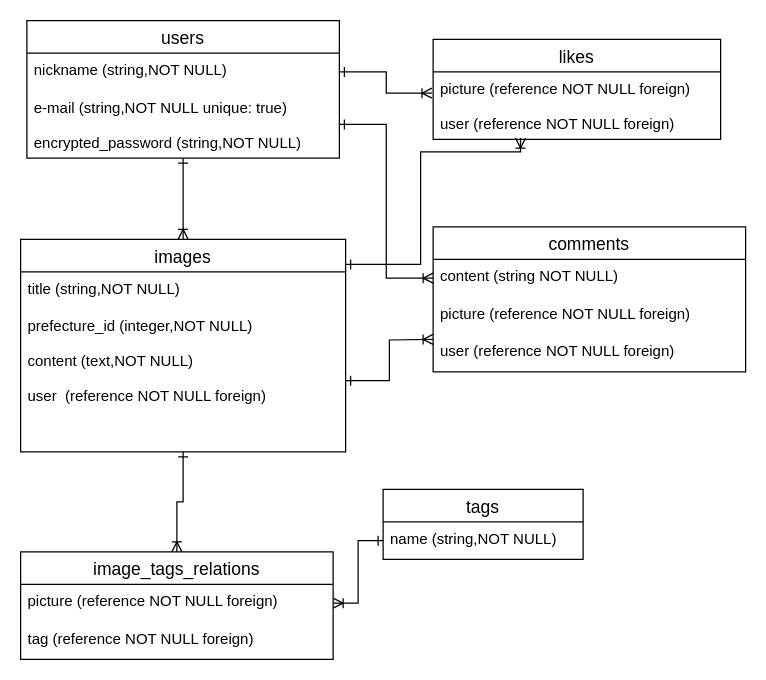
The draw.io diagram ER.dio in omiyage28/beerbeerbeer, before the edit. Source tidied: cells renumbered, new cells numbered last; positions are measured from the earlier drawing's top-left corner, leaving out a move shared by most shapes. Both pictures are drawn from the tidied source at 125%, with x=0, y=0 at pixel (20, 20).
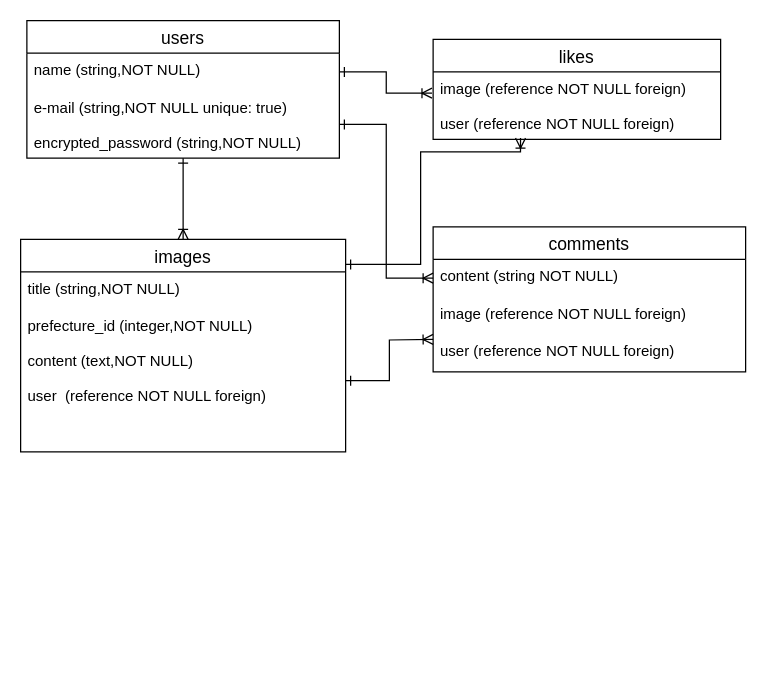
Above is the later version.

Unchanged cells that the change refers to:
```xml
<mxCell id="3" value="users" style="swimlane;fontStyle=0;horizontal=1;startSize=26;align=center;fontSize=14;" parent="1" vertex="1">
  <mxGeometry x="5" width="250" height="110" as="geometry" />
</mxCell>
<mxCell id="6" value="likes" style="swimlane;fontStyle=0;horizontal=1;startSize=26;align=center;fontSize=14;" parent="1" vertex="1">
  <mxGeometry x="330" y="15" width="230" height="80" as="geometry" />
</mxCell>
<mxCell id="10" value="images" style="swimlane;fontStyle=0;horizontal=1;startSize=26;align=center;fontSize=14;" parent="1" vertex="1">
  <mxGeometry y="175" width="260" height="170" as="geometry" />
</mxCell>
<mxCell id="18" value="comments" style="swimlane;fontStyle=0;horizontal=1;startSize=26;align=center;fontSize=14;" parent="1" vertex="1">
  <mxGeometry x="330" y="165" width="250" height="116" as="geometry" />
</mxCell>
```

Diff of the diagram source:
```diff
@@
-    <mxCell id="4" value="nickname (string,NOT NULL)&#10;&#10;" style="text;strokeColor=none;fillColor=none;spacingLeft=4;spacingRight=4;overflow=hidden;points=[[0,0.5],[1,0.5]];portConstraint=eastwest;fontSize=12;" parent="3" vertex="1">
+    <mxCell id="4" value="name (string,NOT NULL)&#10;&#10;" style="text;strokeColor=none;fillColor=none;spacingLeft=4;spacingRight=4;overflow=hidden;points=[[0,0.5],[1,0.5]];portConstraint=eastwest;fontSize=12;" parent="3" vertex="1">
       <mxGeometry y="26" width="250" height="30" as="geometry" />
     </mxCell>
@@
-    <mxCell id="7" value="picture (reference NOT NULL foreign)&#10;&#10;user (reference NOT NULL foreign)" style="text;strokeColor=none;fillColor=none;spacingLeft=4;spacingRight=4;overflow=hidden;points=[[0,0.5],[1,0.5]];portConstraint=eastwest;fontSize=12;" parent="6" vertex="1">
+    <mxCell id="7" value="image (reference NOT NULL foreign)&#10;&#10;user (reference NOT NULL foreign)" style="text;strokeColor=none;fillColor=none;spacingLeft=4;spacingRight=4;overflow=hidden;points=[[0,0.5],[1,0.5]];portConstraint=eastwest;fontSize=12;" parent="6" vertex="1">
       <mxGeometry y="26" width="230" height="54" as="geometry" />
     </mxCell>
-    <mxCell id="8" style="edgeStyle=orthogonalEdgeStyle;rounded=0;jettySize=auto;html=1;entryX=0.5;entryY=0;entryDx=0;entryDy=0;endArrow=ERoneToMany;endFill=0;startArrow=ERone;startFill=0;" parent="1" edge="1" source="10" target="15">
-      <mxGeometry relative="1" as="geometry" />
-    </mxCell>
@@
-    <mxCell id="13" value="tags" style="swimlane;fontStyle=0;horizontal=1;startSize=26;align=center;fontSize=14;" parent="1" vertex="1">
-      <mxGeometry x="290" y="375" width="160" height="56" as="geometry" />
-    </mxCell>
-    <mxCell id="14" value="name (string,NOT NULL)" style="text;strokeColor=none;fillColor=none;spacingLeft=4;spacingRight=4;overflow=hidden;points=[[0,0.5],[1,0.5]];portConstraint=eastwest;fontSize=12;" parent="13" vertex="1">
-      <mxGeometry y="26" width="160" height="30" as="geometry" />
-    </mxCell>
-    <mxCell id="15" value="image_tags_relations" style="swimlane;fontStyle=0;horizontal=1;startSize=26;align=center;fontSize=14;" parent="1" vertex="1">
-      <mxGeometry y="425" width="250" height="86" as="geometry" />
-    </mxCell>
-    <mxCell id="16" value="picture (reference NOT NULL foreign)" style="text;strokeColor=none;fillColor=none;spacingLeft=4;spacingRight=4;overflow=hidden;points=[[0,0.5],[1,0.5]];portConstraint=eastwest;fontSize=12;" parent="15" vertex="1">
-      <mxGeometry y="26" width="250" height="30" as="geometry" />
-    </mxCell>
-    <mxCell id="17" value="tag (reference NOT NULL foreign)" style="text;strokeColor=none;fillColor=none;spacingLeft=4;spacingRight=4;overflow=hidden;fontSize=12;" parent="15" vertex="1">
-      <mxGeometry y="56" width="250" height="30" as="geometry" />
-    </mxCell>
@@
-    <mxCell id="20" value="picture (reference NOT NULL foreign)" style="text;strokeColor=none;fillColor=none;spacingLeft=4;spacingRight=4;overflow=hidden;fontSize=12;" parent="18" vertex="1">
+    <mxCell id="20" value="image (reference NOT NULL foreign)" style="text;strokeColor=none;fillColor=none;spacingLeft=4;spacingRight=4;overflow=hidden;fontSize=12;" parent="18" vertex="1">
       <mxGeometry y="56" width="250" height="30" as="geometry" />
     </mxCell>
@@
-    <mxCell id="22" style="edgeStyle=orthogonalEdgeStyle;rounded=0;jettySize=auto;html=1;entryX=1;entryY=0.5;entryDx=0;entryDy=0;endArrow=ERoneToMany;endFill=0;startArrow=ERone;startFill=0;" parent="1" edge="1" source="14" target="16">
-      <mxGeometry relative="1" as="geometry" />
-    </mxCell>
```
